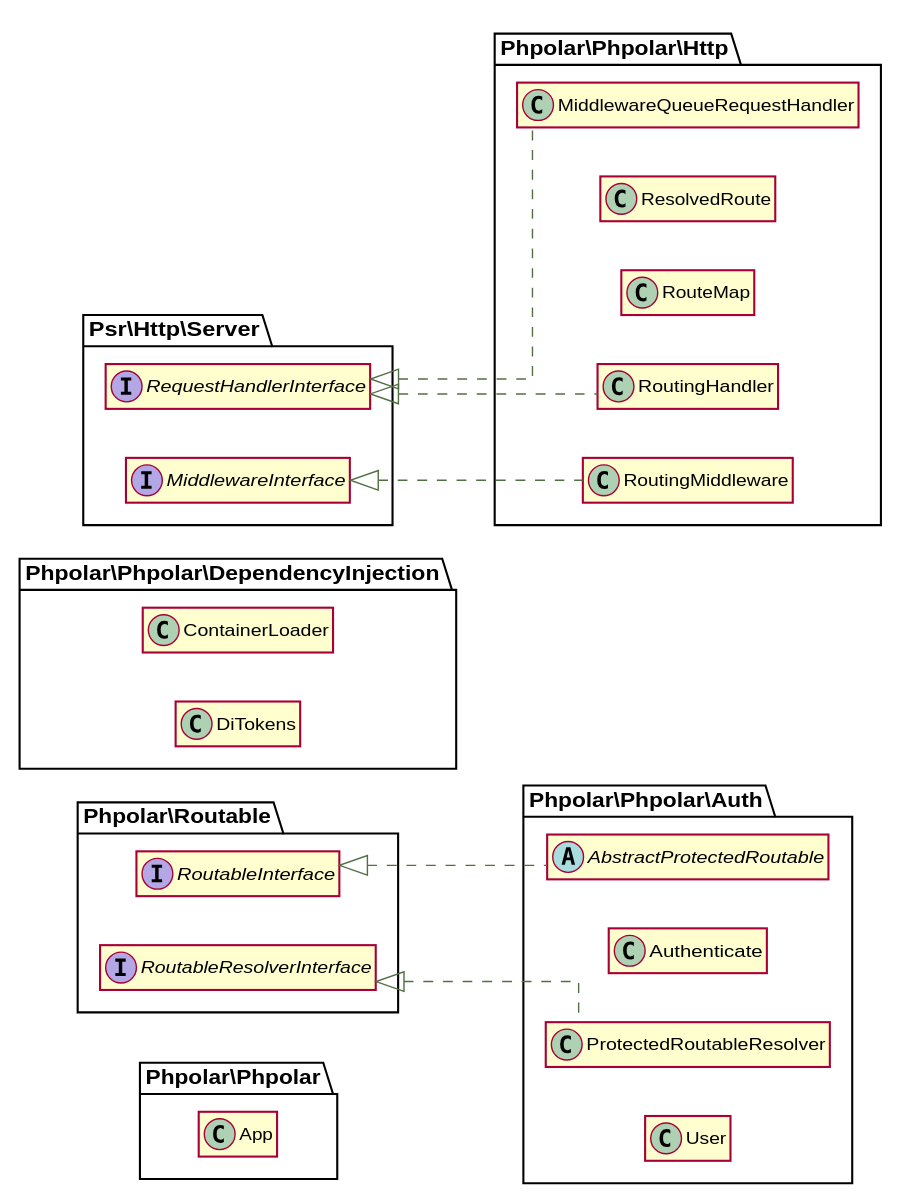
Earlier version of the PlantUML export docs/graphs/classes.svg (phpolar/phpolar).
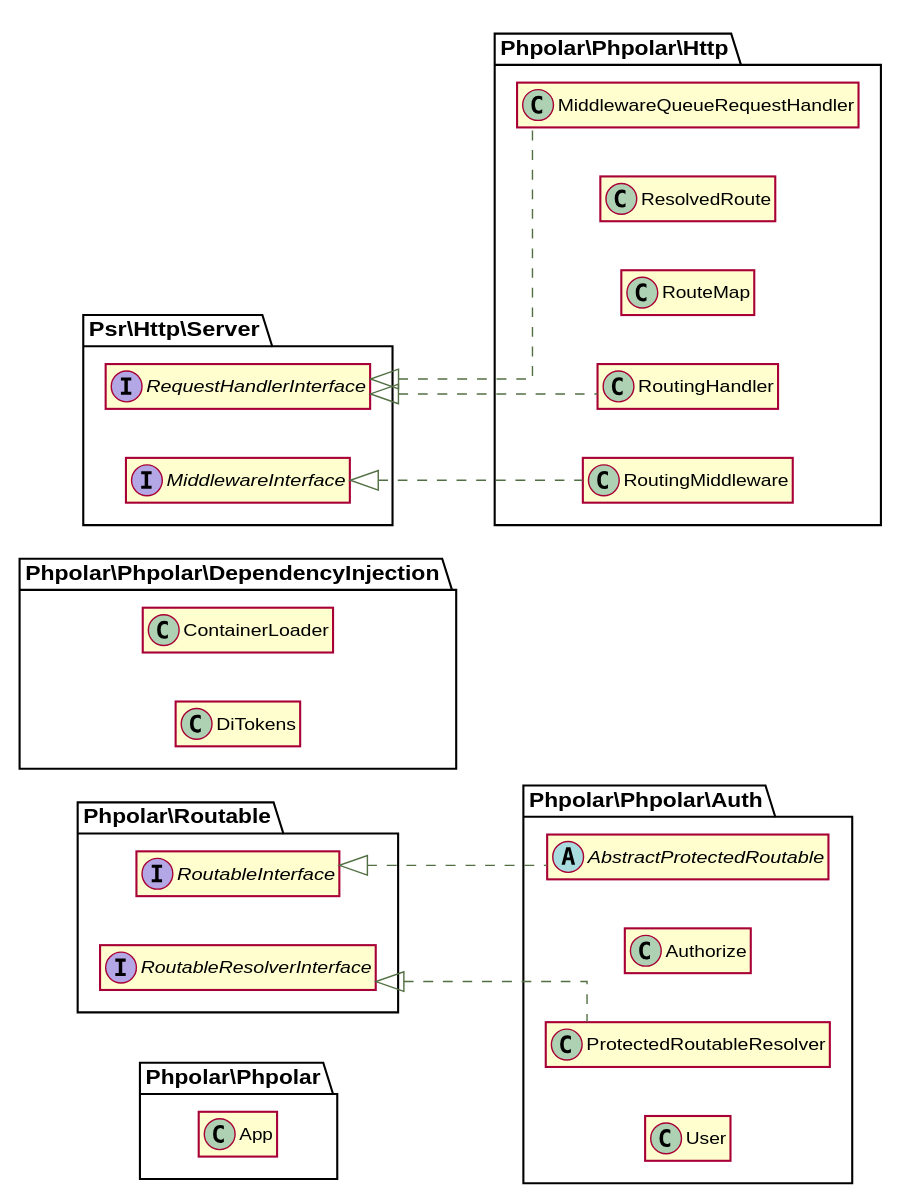
Above is the later version.

What changed in the source:
```diff
@@ -19,7 +19,7 @@
 abstract class \\Phpolar\\Phpolar\\Auth\\AbstractProtectedRoutable implements \\Phpolar\\Routable\\RoutableInterface {
 }
 
-class \\Phpolar\\Phpolar\\Auth\\Authenticate {
+class \\Phpolar\\Phpolar\\Auth\\Authorize {
 }
 
 class \\Phpolar\\Phpolar\\Auth\\ProtectedRoutableResolver implements \\Phpolar\\Routable\\RoutableResolverInterface {
```
